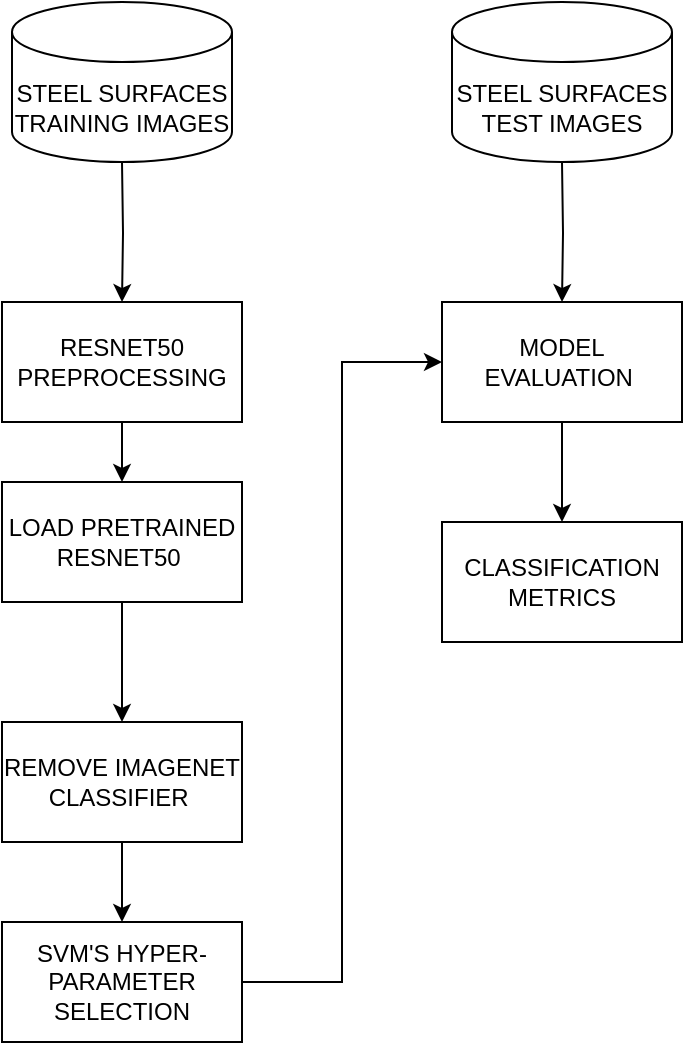
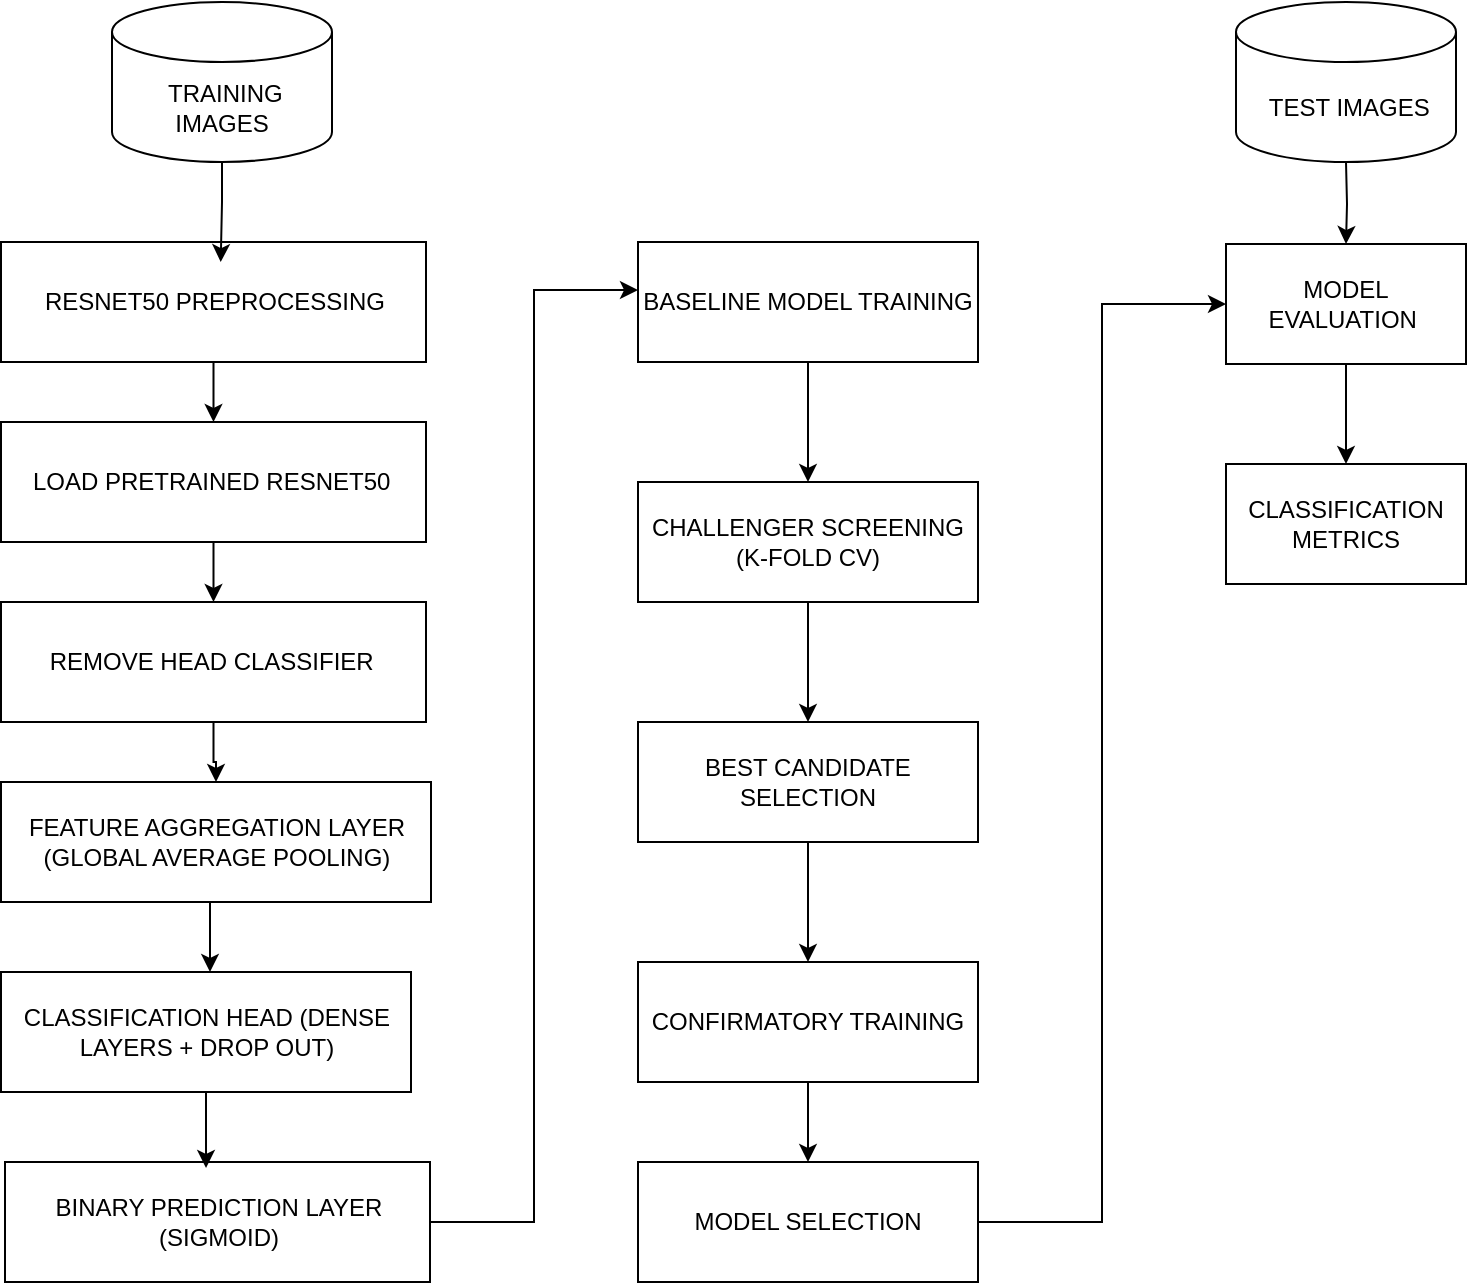
<mxfile host="app.diagrams.net">
  <diagram name="Page-1" id="Prmxn7w634DNLxsjH7Ni">
-     <mxGraphModel dx="1204" dy="761" grid="1" gridSize="10" guides="1" tooltips="1" connect="1" arrows="1" fold="1" page="1" pageScale="1" pageWidth="827" pageHeight="1169" math="0" shadow="0">
+     <mxGraphModel dx="1204" dy="762" grid="1" gridSize="10" guides="1" tooltips="1" connect="1" arrows="1" fold="1" page="1" pageScale="1" pageWidth="827" pageHeight="1169" math="0" shadow="0">
      <root>
        <mxCell id="0" />
        <mxCell id="1" parent="0" />
-         <mxCell id="3GNQFcIypI1lWF14nDhn-11" edge="1" parent="1" style="edgeStyle=orthogonalEdgeStyle;rounded=0;orthogonalLoop=1;jettySize=auto;html=1;" target="3GNQFcIypI1lWF14nDhn-2">
-           <mxGeometry relative="1" as="geometry">
-             <mxPoint x="360" y="90" as="sourcePoint" />
-             <mxPoint x="360" y="160" as="targetPoint" />
-           </mxGeometry>
-         </mxCell>
        <mxCell id="3GNQFcIypI1lWF14nDhn-13" edge="1" parent="1" source="3GNQFcIypI1lWF14nDhn-2" style="edgeStyle=orthogonalEdgeStyle;rounded=0;orthogonalLoop=1;jettySize=auto;html=1;" target="3GNQFcIypI1lWF14nDhn-3">
          <mxGeometry relative="1" as="geometry" />
        </mxCell>
        <mxCell id="3GNQFcIypI1lWF14nDhn-2" parent="1" style="rounded=0;whiteSpace=wrap;html=1;" value="RESNET50 PREPROCESSING" vertex="1">
-           <mxGeometry height="60" width="120" x="300" y="160" as="geometry" />
+           <mxGeometry height="60" width="212.5" x="267.5" y="160" as="geometry" />
        </mxCell>
-         <mxCell id="3GNQFcIypI1lWF14nDhn-14" edge="1" parent="1" source="3GNQFcIypI1lWF14nDhn-3" style="edgeStyle=orthogonalEdgeStyle;rounded=0;orthogonalLoop=1;jettySize=auto;html=1;entryX=0.5;entryY=0;entryDx=0;entryDy=0;" target="3GNQFcIypI1lWF14nDhn-6">
+         <mxCell id="CchPPJZIBJB1su9VFTO4-14" edge="1" parent="1" source="3GNQFcIypI1lWF14nDhn-3" style="edgeStyle=orthogonalEdgeStyle;rounded=0;orthogonalLoop=1;jettySize=auto;html=1;entryX=0.5;entryY=0;entryDx=0;entryDy=0;" target="3GNQFcIypI1lWF14nDhn-6">
          <mxGeometry relative="1" as="geometry" />
        </mxCell>
        <mxCell id="3GNQFcIypI1lWF14nDhn-3" parent="1" style="rounded=0;whiteSpace=wrap;html=1;" value="LOAD PRETRAINED RESNET50&amp;nbsp;" vertex="1">
-           <mxGeometry height="60" width="120" x="300" y="250" as="geometry" />
+           <mxGeometry height="60" width="212.5" x="267.5" y="250" as="geometry" />
        </mxCell>
-         <mxCell id="3GNQFcIypI1lWF14nDhn-15" edge="1" parent="1" source="3GNQFcIypI1lWF14nDhn-6" style="edgeStyle=orthogonalEdgeStyle;rounded=0;orthogonalLoop=1;jettySize=auto;html=1;entryX=0.5;entryY=0;entryDx=0;entryDy=0;" target="3GNQFcIypI1lWF14nDhn-7">
+         <mxCell id="CchPPJZIBJB1su9VFTO4-15" edge="1" parent="1" source="3GNQFcIypI1lWF14nDhn-6" style="edgeStyle=orthogonalEdgeStyle;rounded=0;orthogonalLoop=1;jettySize=auto;html=1;entryX=0.5;entryY=0;entryDx=0;entryDy=0;" target="3GNQFcIypI1lWF14nDhn-7">
          <mxGeometry relative="1" as="geometry" />
        </mxCell>
-         <mxCell id="3GNQFcIypI1lWF14nDhn-6" parent="1" style="rounded=0;whiteSpace=wrap;html=1;" value="REMOVE IMAGENET CLASSIFIER&amp;nbsp;" vertex="1">
-           <mxGeometry height="60" width="120" x="300" y="370" as="geometry" />
+         <mxCell id="3GNQFcIypI1lWF14nDhn-6" parent="1" style="rounded=0;whiteSpace=wrap;html=1;" value="REMOVE HEAD CLASSIFIER&amp;nbsp;" vertex="1">
+           <mxGeometry height="60" width="212.5" x="267.5" y="340" as="geometry" />
        </mxCell>
-         <mxCell id="3GNQFcIypI1lWF14nDhn-18" edge="1" parent="1" source="3GNQFcIypI1lWF14nDhn-7" style="edgeStyle=orthogonalEdgeStyle;rounded=0;orthogonalLoop=1;jettySize=auto;html=1;entryX=0;entryY=0.5;entryDx=0;entryDy=0;" target="3GNQFcIypI1lWF14nDhn-9">
-           <mxGeometry relative="1" as="geometry" />
+         <mxCell id="CchPPJZIBJB1su9VFTO4-17" edge="1" parent="1" style="edgeStyle=orthogonalEdgeStyle;rounded=0;orthogonalLoop=1;jettySize=auto;html=1;entryX=0.5;entryY=0;entryDx=0;entryDy=0;">
+           <mxGeometry relative="1" as="geometry">
+             <mxPoint x="377" y="490" as="sourcePoint" />
+             <mxPoint x="372" y="525" as="targetPoint" />
+           </mxGeometry>
        </mxCell>
-         <mxCell id="3GNQFcIypI1lWF14nDhn-7" parent="1" style="rounded=0;whiteSpace=wrap;html=1;" value="SVM&#39;S HYPER-PARAMETER SELECTION" vertex="1">
-           <mxGeometry height="60" width="120" x="300" y="470" as="geometry" />
+         <mxCell id="3GNQFcIypI1lWF14nDhn-7" parent="1" style="rounded=0;whiteSpace=wrap;html=1;" value="FEATURE AGGREGATION LAYER (GLOBAL AVERAGE POOLING)" vertex="1">
+           <mxGeometry height="60" width="215" x="267.5" y="430" as="geometry" />
        </mxCell>
        <mxCell id="3GNQFcIypI1lWF14nDhn-16" edge="1" parent="1" style="edgeStyle=orthogonalEdgeStyle;rounded=0;orthogonalLoop=1;jettySize=auto;html=1;" target="3GNQFcIypI1lWF14nDhn-9">
          <mxGeometry relative="1" as="geometry">
-             <mxPoint x="580" y="90" as="sourcePoint" />
+             <mxPoint x="940" y="120" as="sourcePoint" />
          </mxGeometry>
        </mxCell>
        <mxCell id="3GNQFcIypI1lWF14nDhn-17" edge="1" parent="1" source="3GNQFcIypI1lWF14nDhn-9" style="edgeStyle=orthogonalEdgeStyle;rounded=0;orthogonalLoop=1;jettySize=auto;html=1;" target="3GNQFcIypI1lWF14nDhn-10">
          <mxGeometry relative="1" as="geometry" />
        </mxCell>
        <mxCell id="3GNQFcIypI1lWF14nDhn-9" parent="1" style="rounded=0;whiteSpace=wrap;html=1;" value="MODEL EVALUATION&amp;nbsp;" vertex="1">
-           <mxGeometry height="60" width="120" x="520" y="160" as="geometry" />
+           <mxGeometry height="60" width="120" x="880" y="161" as="geometry" />
        </mxCell>
        <mxCell id="3GNQFcIypI1lWF14nDhn-10" parent="1" style="rounded=0;whiteSpace=wrap;html=1;" value="CLASSIFICATION METRICS" vertex="1">
-           <mxGeometry height="60" width="120" x="520" y="270" as="geometry" />
+           <mxGeometry height="60" width="120" x="880" y="271" as="geometry" />
        </mxCell>
-         <mxCell id="3GNQFcIypI1lWF14nDhn-19" parent="1" style="shape=cylinder3;whiteSpace=wrap;html=1;boundedLbl=1;backgroundOutline=1;size=15;" value="STEEL SURFACES TRAINING IMAGES" vertex="1">
-           <mxGeometry height="80" width="110" x="305" y="10" as="geometry" />
+         <mxCell id="3GNQFcIypI1lWF14nDhn-19" parent="1" style="shape=cylinder3;whiteSpace=wrap;html=1;boundedLbl=1;backgroundOutline=1;size=15;" value="&amp;nbsp;TRAINING IMAGES" vertex="1">
+           <mxGeometry height="80" width="110" x="323" y="40" as="geometry" />
        </mxCell>
-         <mxCell id="3GNQFcIypI1lWF14nDhn-20" parent="1" style="shape=cylinder3;whiteSpace=wrap;html=1;boundedLbl=1;backgroundOutline=1;size=15;" value="STEEL SURFACES TEST IMAGES" vertex="1">
-           <mxGeometry height="80" width="110" x="525" y="10" as="geometry" />
+         <mxCell id="3GNQFcIypI1lWF14nDhn-20" parent="1" style="shape=cylinder3;whiteSpace=wrap;html=1;boundedLbl=1;backgroundOutline=1;size=15;" value="&amp;nbsp;TEST IMAGES" vertex="1">
+           <mxGeometry height="80" width="110" x="885" y="40" as="geometry" />
+         </mxCell>
+         <mxCell id="CchPPJZIBJB1su9VFTO4-1" parent="1" style="rounded=0;whiteSpace=wrap;html=1;" value="CLASSIFICATION HEAD (DENSE LAYERS + DROP OUT)" vertex="1">
+           <mxGeometry height="60" width="205" x="267.5" y="525" as="geometry" />
+         </mxCell>
+         <mxCell id="CchPPJZIBJB1su9VFTO4-2" edge="1" parent="1" source="3GNQFcIypI1lWF14nDhn-19" style="edgeStyle=orthogonalEdgeStyle;rounded=0;orthogonalLoop=1;jettySize=auto;html=1;entryX=0.517;entryY=0.167;entryDx=0;entryDy=0;entryPerimeter=0;" target="3GNQFcIypI1lWF14nDhn-2">
+           <mxGeometry relative="1" as="geometry" />
+         </mxCell>
+         <mxCell id="CchPPJZIBJB1su9VFTO4-6" parent="1" style="rounded=0;whiteSpace=wrap;html=1;" value="BINARY PREDICTION LAYER (SIGMOID)" vertex="1">
+           <mxGeometry height="60" width="212.5" x="269.5" y="620" as="geometry" />
+         </mxCell>
+         <mxCell id="CchPPJZIBJB1su9VFTO4-21" edge="1" parent="1" source="CchPPJZIBJB1su9VFTO4-9" style="edgeStyle=orthogonalEdgeStyle;rounded=0;orthogonalLoop=1;jettySize=auto;html=1;entryX=0.5;entryY=0;entryDx=0;entryDy=0;" target="CchPPJZIBJB1su9VFTO4-10">
+           <mxGeometry relative="1" as="geometry" />
+         </mxCell>
+         <mxCell id="CchPPJZIBJB1su9VFTO4-9" parent="1" style="rounded=0;whiteSpace=wrap;html=1;" value="BASELINE MODEL TRAINING" vertex="1">
+           <mxGeometry height="60" width="170" x="586" y="160" as="geometry" />
+         </mxCell>
+         <mxCell id="CchPPJZIBJB1su9VFTO4-22" edge="1" parent="1" source="CchPPJZIBJB1su9VFTO4-10" style="edgeStyle=orthogonalEdgeStyle;rounded=0;orthogonalLoop=1;jettySize=auto;html=1;entryX=0.5;entryY=0;entryDx=0;entryDy=0;" target="CchPPJZIBJB1su9VFTO4-11">
+           <mxGeometry relative="1" as="geometry" />
+         </mxCell>
+         <mxCell id="CchPPJZIBJB1su9VFTO4-10" parent="1" style="rounded=0;whiteSpace=wrap;html=1;" value="CHALLENGER SCREENING (K-FOLD CV)" vertex="1">
+           <mxGeometry height="60" width="170" x="586" y="280" as="geometry" />
+         </mxCell>
+         <mxCell id="CchPPJZIBJB1su9VFTO4-23" edge="1" parent="1" source="CchPPJZIBJB1su9VFTO4-11" style="edgeStyle=orthogonalEdgeStyle;rounded=0;orthogonalLoop=1;jettySize=auto;html=1;entryX=0.5;entryY=0;entryDx=0;entryDy=0;" target="CchPPJZIBJB1su9VFTO4-12">
+           <mxGeometry relative="1" as="geometry" />
+         </mxCell>
+         <mxCell id="CchPPJZIBJB1su9VFTO4-11" parent="1" style="rounded=0;whiteSpace=wrap;html=1;" value="BEST CANDIDATE SELECTION" vertex="1">
+           <mxGeometry height="60" width="170" x="586" y="400" as="geometry" />
+         </mxCell>
+         <mxCell id="CchPPJZIBJB1su9VFTO4-24" edge="1" parent="1" source="CchPPJZIBJB1su9VFTO4-12" style="edgeStyle=orthogonalEdgeStyle;rounded=0;orthogonalLoop=1;jettySize=auto;html=1;entryX=0.5;entryY=0;entryDx=0;entryDy=0;" target="CchPPJZIBJB1su9VFTO4-13">
+           <mxGeometry relative="1" as="geometry" />
+         </mxCell>
+         <mxCell id="CchPPJZIBJB1su9VFTO4-12" parent="1" style="rounded=0;whiteSpace=wrap;html=1;" value="CONFIRMATORY TRAINING" vertex="1">
+           <mxGeometry height="60" width="170" x="586" y="520" as="geometry" />
+         </mxCell>
+         <mxCell id="CchPPJZIBJB1su9VFTO4-25" edge="1" parent="1" source="CchPPJZIBJB1su9VFTO4-13" style="edgeStyle=orthogonalEdgeStyle;rounded=0;orthogonalLoop=1;jettySize=auto;html=1;entryX=0;entryY=0.5;entryDx=0;entryDy=0;" target="3GNQFcIypI1lWF14nDhn-9">
+           <mxGeometry relative="1" as="geometry" />
+         </mxCell>
+         <mxCell id="CchPPJZIBJB1su9VFTO4-13" parent="1" style="rounded=0;whiteSpace=wrap;html=1;" value="MODEL SELECTION" vertex="1">
+           <mxGeometry height="60" width="170" x="586" y="620" as="geometry" />
+         </mxCell>
+         <mxCell id="CchPPJZIBJB1su9VFTO4-18" edge="1" parent="1" source="CchPPJZIBJB1su9VFTO4-1" style="edgeStyle=orthogonalEdgeStyle;rounded=0;orthogonalLoop=1;jettySize=auto;html=1;entryX=0.473;entryY=0.05;entryDx=0;entryDy=0;entryPerimeter=0;" target="CchPPJZIBJB1su9VFTO4-6">
+           <mxGeometry relative="1" as="geometry" />
+         </mxCell>
+         <mxCell id="CchPPJZIBJB1su9VFTO4-20" edge="1" parent="1" source="CchPPJZIBJB1su9VFTO4-6" style="edgeStyle=orthogonalEdgeStyle;rounded=0;orthogonalLoop=1;jettySize=auto;html=1;entryX=0;entryY=0.4;entryDx=0;entryDy=0;entryPerimeter=0;" target="CchPPJZIBJB1su9VFTO4-9">
+           <mxGeometry relative="1" as="geometry" />
        </mxCell>
      </root>
    </mxGraphModel>
  </diagram>
</mxfile>
